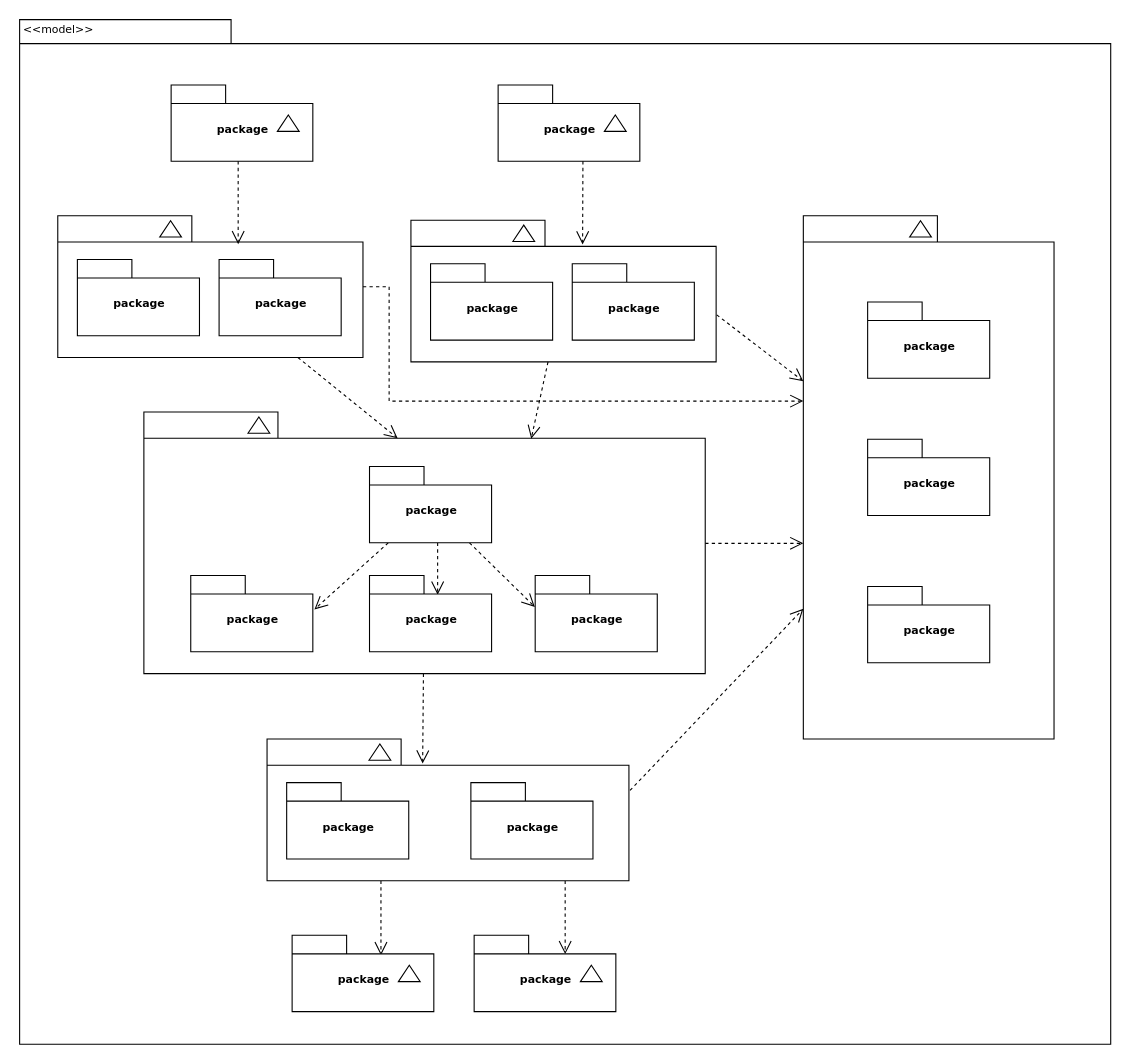
Earlier version of the draw.io diagram IDOEL Modules.drawio (Cornelius-Weigert/IDOEL). Source tidied: cells renumbered, new cells numbered last; positions are measured from the earlier drawing's top-left corner, leaving out a move shared by most shapes. Both pictures are drawn from the tidied source at 109%, with x=0, y=0 at pixel (19, 19).
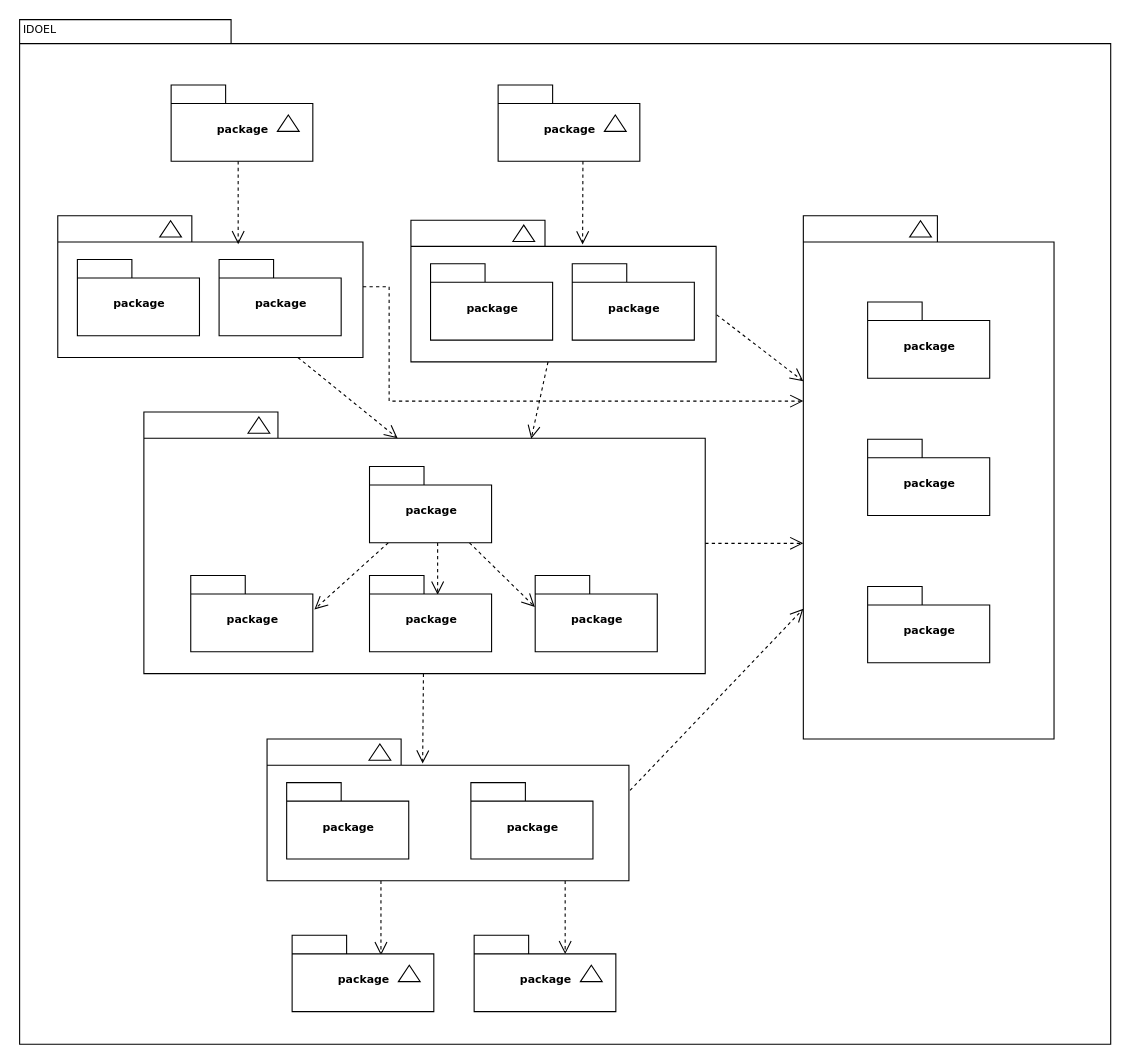
After the change.

Change to the diagram source:
```diff
@@
-    <mxCell id="56" value="&amp;lt;&amp;lt;model&amp;gt;&amp;gt;" style="text;html=1;align=left;verticalAlign=top;spacingTop=-4;fontSize=10;fontFamily=Verdana;" parent="1" vertex="1">
+    <mxCell id="56" value="IDOEL" style="text;html=1;align=left;verticalAlign=top;spacingTop=-4;fontSize=10;fontFamily=Verdana;" parent="1" vertex="1">
       <mxGeometry x="1.5" y="0.5" width="130" height="20" as="geometry" />
     </mxCell>
```
